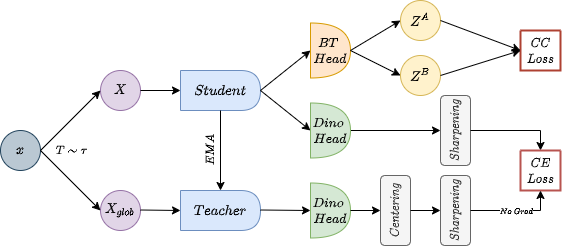
ArthurZucker/DeepLearningProject keeps this draw.io diagram as images/DinoTwins.drawio.png. Above is the earlier version. Source tidied: cells renumbered, new cells last; positions are measured from the earlier drawing's top-left corner, leaving out a move shared by most shapes.
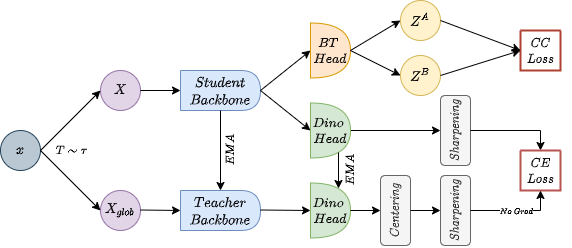
Above is the later version.

What changed in the source:
```diff
@@ -17,10 +17,10 @@
     <mxCell id="6" style="endArrow=classic;html=1;rounded=0;entryX=0;entryY=0.5;entryDx=0;entryDy=0;exitX=1;exitY=0.5;exitDx=0;exitDy=0;" parent="1" edge="1" source="4" target="3">
       <mxGeometry relative="1" as="geometry" />
     </mxCell>
-    <mxCell id="7" value="$$Student$$" style="shape=delay;whiteSpace=wrap;html=1;fillColor=#dae8fc;strokeColor=#6c8ebf;" parent="1" vertex="1">
+    <mxCell id="7" value="$$Student \\Backbone$$" style="shape=delay;whiteSpace=wrap;html=1;fillColor=#dae8fc;strokeColor=#6c8ebf;" parent="1" vertex="1">
       <mxGeometry x="180" y="70" width="80" height="40" as="geometry" />
     </mxCell>
-    <mxCell id="8" value="$$Teacher$$" style="shape=delay;whiteSpace=wrap;html=1;fillColor=#dae8fc;strokeColor=#6c8ebf;" parent="1" vertex="1">
+    <mxCell id="8" value="$$Teacher\\Backbone$$" style="shape=delay;whiteSpace=wrap;html=1;fillColor=#dae8fc;strokeColor=#6c8ebf;" parent="1" vertex="1">
       <mxGeometry x="180" y="190" width="80" height="40" as="geometry" />
     </mxCell>
     <mxCell id="9" style="endArrow=classic;html=1;rounded=0;exitX=1;exitY=0.5;exitDx=0;exitDy=0;entryX=0;entryY=0.5;entryDx=0;entryDy=0;" parent="1" edge="1" source="2" target="7">
@@ -110,7 +110,7 @@
       <mxGeometry relative="1" as="geometry" />
     </mxCell>
     <mxCell id="35" value="$$EMA$$" style="text;html=1;align=center;verticalAlign=middle;strokeColor=none;fillColor=none;fontSize=10;fontColor=#000000;horizontal=0;" parent="1" vertex="1">
-      <mxGeometry x="180" y="140" width="60" height="20" as="geometry" />
+      <mxGeometry x="200" y="140" width="60" height="20" as="geometry" />
     </mxCell>
     <mxCell id="36" value="&lt;div style=&quot;text-align: left&quot;&gt;&lt;span&gt;$$T\sim \tau$$&lt;/span&gt;&lt;/div&gt;" style="text;html=1;align=center;verticalAlign=middle;strokeColor=none;fillColor=none;fontSize=10;fontColor=#000000;" parent="1" vertex="1">
       <mxGeometry x="31" y="140" width="80" height="20" as="geometry" />
@@ -125,5 +125,11 @@
     <mxCell id="38" value="&lt;font style=&quot;font-size: 7px&quot;&gt;$$No \; Grad$$&lt;/font&gt;" style="edgeLabel;html=1;align=center;verticalAlign=middle;fontSize=10;fontColor=#000000;strokeWidth=2;" parent="37" vertex="1">
       <mxGeometry relative="1" as="geometry" />
     </mxCell>
+    <mxCell id="39" style="endArrow=classic;html=1;rounded=0;exitX=0.7;exitY=0.9;exitDx=0;exitDy=0;exitPerimeter=0;entryX=0.7;entryY=0.1;entryDx=0;entryDy=0;entryPerimeter=0;" parent="1" edge="1" source="21" target="11">
+      <mxGeometry relative="1" as="geometry" />
+    </mxCell>
+    <mxCell id="40" value="$$EMA$$" style="text;html=1;align=center;verticalAlign=middle;strokeColor=none;fillColor=none;fontSize=10;fontColor=#000000;horizontal=0;" parent="1" vertex="1">
+      <mxGeometry x="320" y="160" width="60" height="20" as="geometry" />
+    </mxCell>
   </root>
 </mxGraphModel>
```
